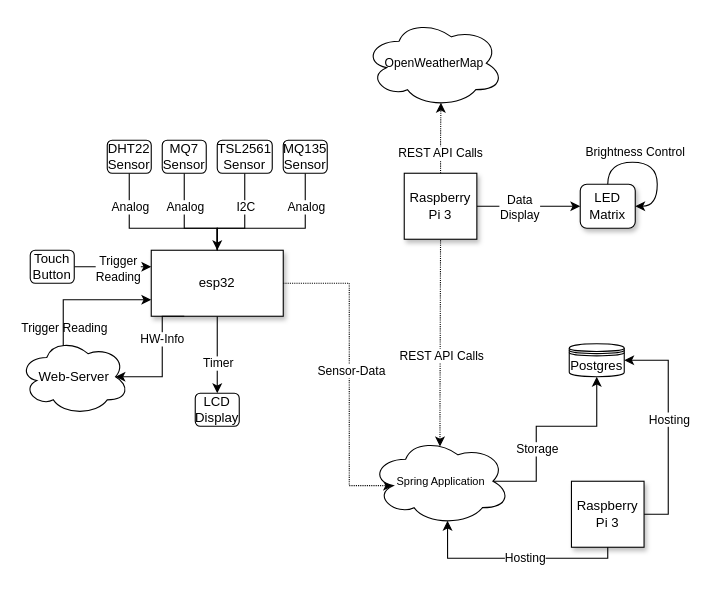
The draw.io diagram homesensor.drawio in lal02/homesensor, before the edit. Source tidied: cells renumbered, new cells numbered last; positions are measured from the earlier drawing's top-left corner, leaving out a move shared by most shapes. Both pictures are drawn from the tidied source at 110%, with x=0, y=0 at pixel (19, 19).
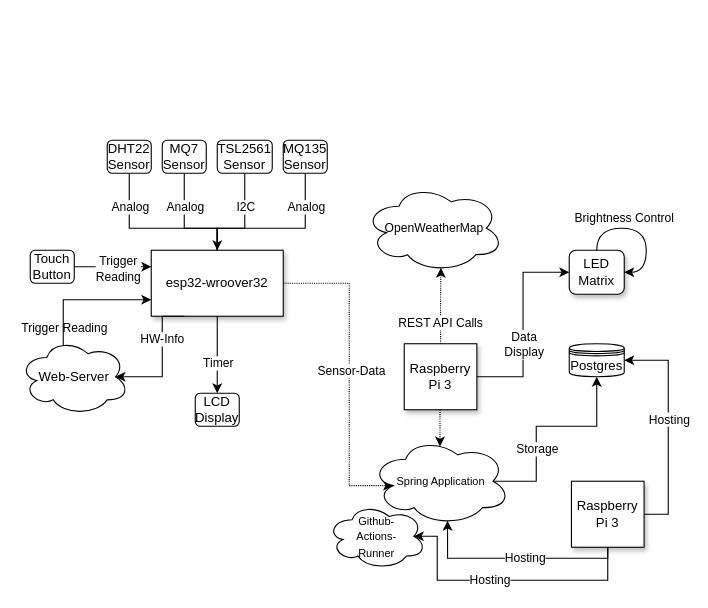
Above is the later version.

Unchanged cells that the change refers to:
```xml
<mxCell id="31" value="Raspberry Pi 3" style="rounded=0;whiteSpace=wrap;html=1;shadow=1;glass=0;" parent="1" vertex="1">
  <mxGeometry x="502" y="420" width="66" height="60" as="geometry" />
</mxCell>
<mxCell id="36" value="&lt;font style=&quot;font-size: 10px;&quot;&gt;Spring Application&lt;/font&gt;" style="ellipse;shape=cloud;whiteSpace=wrap;html=1;" parent="1" vertex="1">
  <mxGeometry x="319.5" y="380" width="127" height="80" as="geometry" />
</mxCell>
```

Diff of the diagram source:
```diff
@@
-    <mxCell id="4" value="esp32" style="rounded=0;whiteSpace=wrap;html=1;shadow=1;glass=0;" parent="1" vertex="1">
+    <mxCell id="4" value="esp32-wroover32" style="rounded=0;whiteSpace=wrap;html=1;shadow=1;glass=0;" parent="1" vertex="1">
       <mxGeometry x="120" y="210" width="120" height="60" as="geometry" />
     </mxCell>
@@
-    <mxCell id="25" value="Raspberry Pi 3" style="rounded=0;whiteSpace=wrap;html=1;shadow=1;glass=0;" parent="1" vertex="1">
-      <mxGeometry x="350" y="140" width="66" height="60" as="geometry" />
-    </mxCell>
@@
     <mxCell id="28" value="LED Matrix" style="rounded=1;whiteSpace=wrap;html=1;shadow=1;glass=0;" parent="1" vertex="1">
-      <mxGeometry x="510" y="150" width="50" height="40" as="geometry" />
+      <mxGeometry x="500" y="210" width="50" height="40" as="geometry" />
     </mxCell>
@@
+    <mxCell id="48" style="edgeStyle=orthogonalEdgeStyle;rounded=0;jettySize=auto;html=1;entryX=0.875;entryY=0.5;entryDx=0;entryDy=0;entryPerimeter=0;" parent="1" edge="1" source="31" target="50">
+      <mxGeometry relative="1" as="geometry">
+        <Array as="points">
+          <mxPoint x="535" y="510" />
+          <mxPoint x="380" y="510" />
+          <mxPoint x="380" y="470" />
+        </Array>
+      </mxGeometry>
+    </mxCell>
+    <mxCell id="49" value="Hosting" style="edgeLabel;html=1;align=center;verticalAlign=middle;" parent="48" vertex="1">
+      <mxGeometry x="0.16" y="1" relative="1" as="geometry">
+        <mxPoint x="5" y="-2" as="offset" />
+      </mxGeometry>
+    </mxCell>
@@
-    <mxCell id="34" style="edgeStyle=orthogonalEdgeStyle;rounded=0;jettySize=auto;html=1;entryX=0.5;entryY=1;entryDx=0;entryDy=0;dashed=1;dashPattern=1 1;startArrow=classic;startFill=1;endArrow=none;endFill=0;exitX=0.496;exitY=0.104;exitDx=0;exitDy=0;exitPerimeter=0;" parent="1" edge="1" source="36">
-      <mxGeometry relative="1" as="geometry">
-        <mxPoint x="383" y="200" as="targetPoint" />
-        <Array as="points">
-          <mxPoint x="382" y="350" />
-          <mxPoint x="383" y="350" />
-        </Array>
-      </mxGeometry>
-    </mxCell>
-    <mxCell id="35" value="REST API Calls" style="edgeLabel;html=1;align=center;verticalAlign=middle;" parent="34" vertex="1">
-      <mxGeometry x="0.24" y="-1" relative="1" as="geometry">
-        <mxPoint y="34" as="offset" />
-      </mxGeometry>
-    </mxCell>
@@
     <mxCell id="45" value="&lt;font style=&quot;font-size: 11px;&quot;&gt;OpenWeatherMap&lt;/font&gt;" style="ellipse;shape=cloud;whiteSpace=wrap;html=1;" parent="1" vertex="1">
-      <mxGeometry x="313.5" width="127" height="80" as="geometry" />
+      <mxGeometry x="313.5" y="150" width="127" height="80" as="geometry" />
     </mxCell>
-    <mxCell id="46" style="edgeStyle=orthogonalEdgeStyle;rounded=0;jettySize=auto;html=1;dashed=1;dashPattern=1 1;entryX=0.55;entryY=0.95;entryDx=0;entryDy=0;entryPerimeter=0;" parent="1" edge="1" source="25" target="45">
+    <mxCell id="46" style="edgeStyle=orthogonalEdgeStyle;rounded=0;jettySize=auto;html=1;dashed=1;dashPattern=1 1;entryX=0.55;entryY=0.95;entryDx=0;entryDy=0;entryPerimeter=0;exitX=0.5;exitY=0;exitDx=0;exitDy=0;" parent="1" edge="1" source="25" target="45">
       <mxGeometry relative="1" as="geometry" />
     </mxCell>
@@
+    <mxCell id="50" value="&lt;div&gt;&lt;font style=&quot;font-size: 10px;&quot;&gt;Github-&lt;br&gt;Actions-&lt;br&gt;Runner&lt;/font&gt;&lt;/div&gt;" style="ellipse;shape=cloud;whiteSpace=wrap;html=1;" parent="1" vertex="1">
+      <mxGeometry x="280" y="440" width="90" height="60" as="geometry" />
+    </mxCell>
+    <mxCell id="51" style="edgeStyle=orthogonalEdgeStyle;rounded=0;jettySize=auto;html=1;entryX=0.5;entryY=1;entryDx=0;entryDy=0;dashed=1;dashPattern=1 1;startArrow=classic;startFill=1;endArrow=none;endFill=0;exitX=0.496;exitY=0.104;exitDx=0;exitDy=0;exitPerimeter=0;" parent="1" edge="1" source="36" target="25">
+      <mxGeometry relative="1" as="geometry">
+        <Array as="points">
+          <mxPoint x="382" y="350" />
+          <mxPoint x="383" y="350" />
+        </Array>
+      </mxGeometry>
+    </mxCell>
+    <mxCell id="25" value="Raspberry Pi 3" style="rounded=0;whiteSpace=wrap;html=1;shadow=1;glass=0;" parent="1" vertex="1">
+      <mxGeometry x="350" y="295" width="66" height="60" as="geometry" />
+    </mxCell>
```
